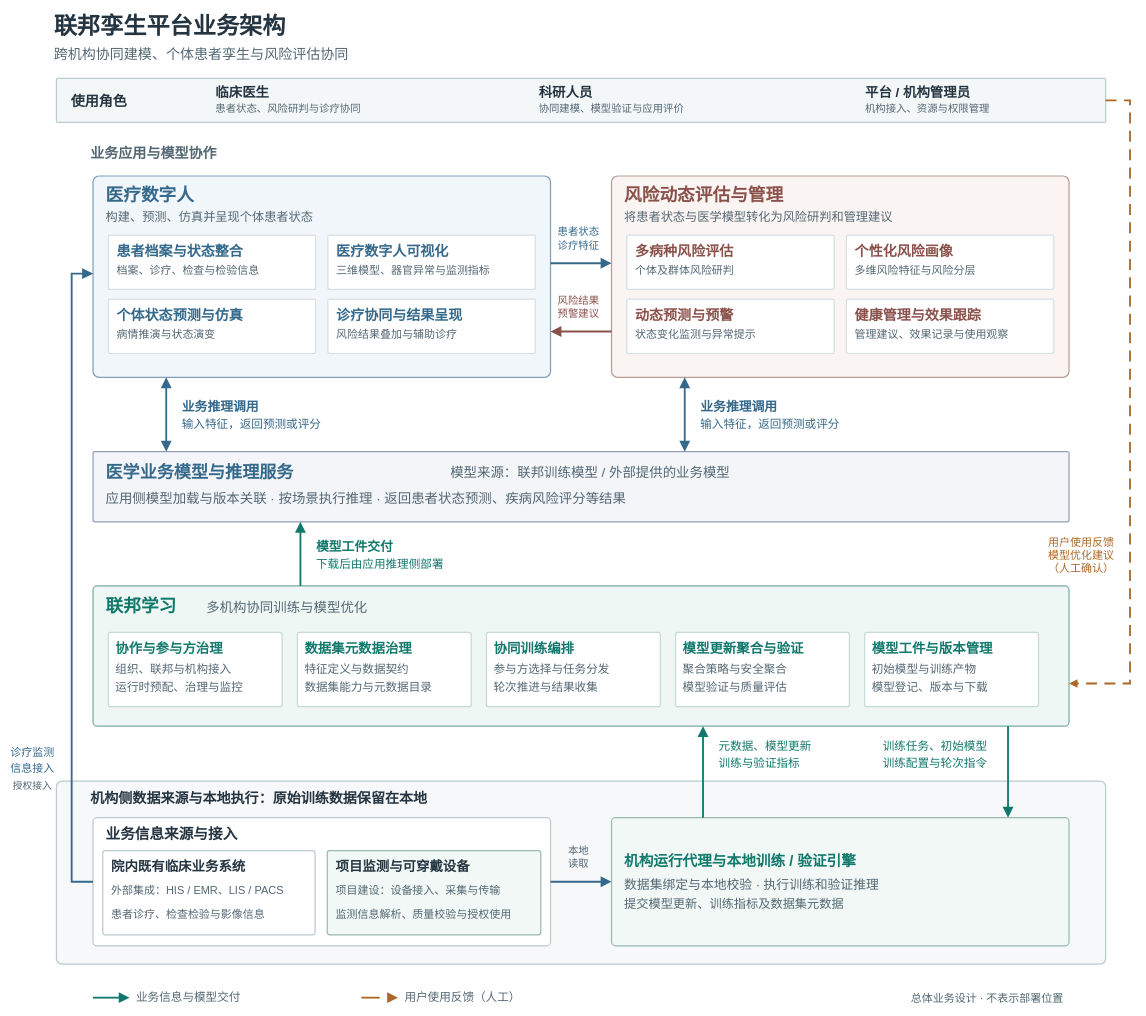
medol-labs/federation-learning keeps this draw.io diagram as docs/438c/merge/figures/federated-twin-business-architecture.drawio. Above is the earlier version. Source tidied: cells renumbered, new cells numbered last; positions are measured from the earlier drawing's top-left corner, leaving out a move shared by most shapes. Both pictures are drawn from the tidied source at 61%, with x=0, y=0 at pixel (54, 10).
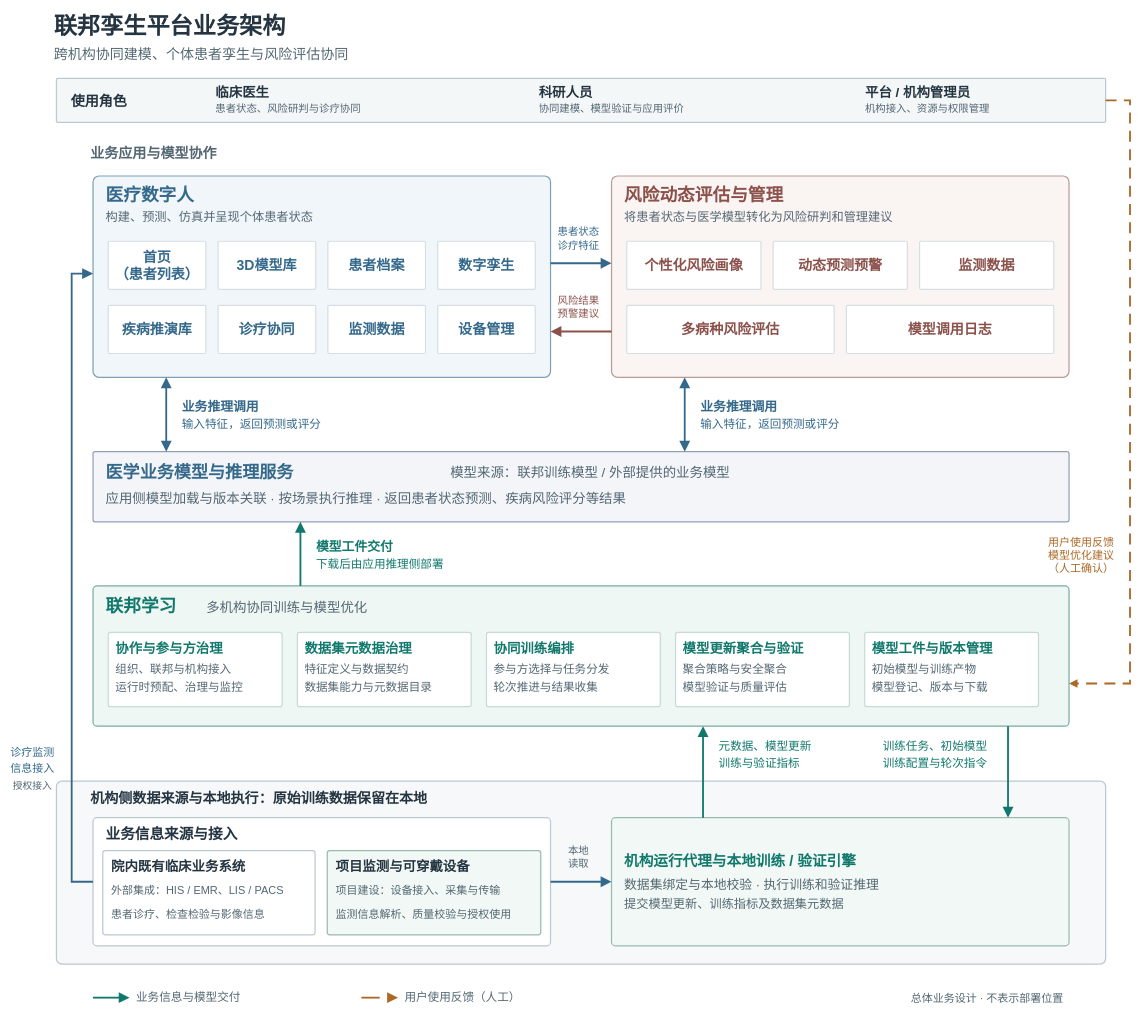
The same page after the edit.

Commit message (it also covers changes not shown here):
docs: update twin architecture functions and simplify topology notes

Unchanged cells that the change refers to:
```xml
<mxCell id="13" style="rounded=1;arcSize=3;whiteSpace=wrap;html=0;fillColor=#F1F6FA;strokeColor=#7E9FB7;strokeWidth=2;fontFamily=PingFang SC;fontColor=#243440;" parent="1" vertex="1">
  <mxGeometry x="64" y="271" width="750" height="330" as="geometry" />
</mxCell>
<mxCell id="28" style="rounded=1;arcSize=3;whiteSpace=wrap;html=0;fillColor=#FAF4F2;strokeColor=#B99B96;strokeWidth=2;fontFamily=PingFang SC;fontColor=#243440;" parent="1" vertex="1">
  <mxGeometry x="914" y="271" width="750" height="330" as="geometry" />
</mxCell>
```

Change to the diagram source:
```diff
@@
-    <mxCell id="16" style="rounded=1;arcSize=3;whiteSpace=wrap;html=0;fillColor=#ffffff;strokeColor=#D5DFE4;strokeWidth=2;fontFamily=PingFang SC;fontColor=#243440;" parent="13" vertex="1">
-      <mxGeometry x="25" y="97" width="340" height="89" as="geometry" />
-    </mxCell>
-    <mxCell id="17" value="患者档案与状态整合" style="text;html=0;whiteSpace=wrap;overflow=visible;align=left;verticalAlign=middle;fontFamily=PingFang SC;fontSize=23;fontColor=#35698B;fontStyle=1;strokeColor=none;fillColor=none;spacing=0;" parent="16" vertex="1">
-      <mxGeometry x="14" y="10.3" width="215" height="31.1" as="geometry" />
-    </mxCell>
-    <mxCell id="18" value="档案、诊疗、检查与检验信息" style="text;html=0;whiteSpace=wrap;overflow=visible;align=left;verticalAlign=middle;fontFamily=PingFang SC;fontSize=18;fontColor=#536773;fontStyle=0;strokeColor=none;fillColor=none;spacing=0;" parent="16" vertex="1">
-      <mxGeometry x="14" y="45.5" width="242" height="24.3" as="geometry" />
-    </mxCell>
-    <mxCell id="19" style="rounded=1;arcSize=3;whiteSpace=wrap;html=0;fillColor=#ffffff;strokeColor=#D5DFE4;strokeWidth=2;fontFamily=PingFang SC;fontColor=#243440;" parent="13" vertex="1">
-      <mxGeometry x="385" y="97" width="340" height="89" as="geometry" />
-    </mxCell>
-    <mxCell id="20" value="医疗数字人可视化" style="text;html=0;whiteSpace=wrap;overflow=visible;align=left;verticalAlign=middle;fontFamily=PingFang SC;fontSize=23;fontColor=#35698B;fontStyle=1;strokeColor=none;fillColor=none;spacing=0;" parent="19" vertex="1">
-      <mxGeometry x="14" y="10.3" width="192" height="31.1" as="geometry" />
-    </mxCell>
-    <mxCell id="21" value="三维模型、器官异常与监测指标" style="text;html=0;whiteSpace=wrap;overflow=visible;align=left;verticalAlign=middle;fontFamily=PingFang SC;fontSize=18;fontColor=#536773;fontStyle=0;strokeColor=none;fillColor=none;spacing=0;" parent="19" vertex="1">
-      <mxGeometry x="14" y="45.5" width="260" height="24.3" as="geometry" />
-    </mxCell>
-    <mxCell id="22" style="rounded=1;arcSize=3;whiteSpace=wrap;html=0;fillColor=#ffffff;strokeColor=#D5DFE4;strokeWidth=2;fontFamily=PingFang SC;fontColor=#243440;" parent="13" vertex="1">
-      <mxGeometry x="25" y="202" width="340" height="89" as="geometry" />
-    </mxCell>
-    <mxCell id="23" value="个体状态预测与仿真" style="text;html=0;whiteSpace=wrap;overflow=visible;align=left;verticalAlign=middle;fontFamily=PingFang SC;fontSize=23;fontColor=#35698B;fontStyle=1;strokeColor=none;fillColor=none;spacing=0;" parent="22" vertex="1">
-      <mxGeometry x="14" y="10.3" width="215" height="31.1" as="geometry" />
-    </mxCell>
-    <mxCell id="24" value="病情推演与状态演变" style="text;html=0;whiteSpace=wrap;overflow=visible;align=left;verticalAlign=middle;fontFamily=PingFang SC;fontSize=18;fontColor=#536773;fontStyle=0;strokeColor=none;fillColor=none;spacing=0;" parent="22" vertex="1">
-      <mxGeometry x="14" y="45.5" width="170" height="24.3" as="geometry" />
-    </mxCell>
-    <mxCell id="25" style="rounded=1;arcSize=3;whiteSpace=wrap;html=0;fillColor=#ffffff;strokeColor=#D5DFE4;strokeWidth=2;fontFamily=PingFang SC;fontColor=#243440;" parent="13" vertex="1">
-      <mxGeometry x="385" y="202" width="340" height="89" as="geometry" />
-    </mxCell>
-    <mxCell id="26" value="诊疗协同与结果呈现" style="text;html=0;whiteSpace=wrap;overflow=visible;align=left;verticalAlign=middle;fontFamily=PingFang SC;fontSize=23;fontColor=#35698B;fontStyle=1;strokeColor=none;fillColor=none;spacing=0;" parent="25" vertex="1">
-      <mxGeometry x="14" y="10.3" width="215" height="31.1" as="geometry" />
-    </mxCell>
-    <mxCell id="27" value="风险结果叠加与辅助诊疗" style="text;html=0;whiteSpace=wrap;overflow=visible;align=left;verticalAlign=middle;fontFamily=PingFang SC;fontSize=18;fontColor=#536773;fontStyle=0;strokeColor=none;fillColor=none;spacing=0;" parent="25" vertex="1">
-      <mxGeometry x="14" y="45.5" width="206" height="24.3" as="geometry" />
-    </mxCell>
@@
-    <mxCell id="31" style="rounded=1;arcSize=3;whiteSpace=wrap;html=0;fillColor=#ffffff;strokeColor=#D5DFE4;strokeWidth=2;fontFamily=PingFang SC;fontColor=#243440;" parent="28" vertex="1">
-      <mxGeometry x="25" y="97" width="340" height="89" as="geometry" />
-    </mxCell>
-    <mxCell id="32" value="多病种风险评估" style="text;html=0;whiteSpace=wrap;overflow=visible;align=left;verticalAlign=middle;fontFamily=PingFang SC;fontSize=23;fontColor=#8B514B;fontStyle=1;strokeColor=none;fillColor=none;spacing=0;" parent="31" vertex="1">
-      <mxGeometry x="14" y="10.3" width="169" height="31.1" as="geometry" />
-    </mxCell>
-    <mxCell id="33" value="个体及群体风险研判" style="text;html=0;whiteSpace=wrap;overflow=visible;align=left;verticalAlign=middle;fontFamily=PingFang SC;fontSize=18;fontColor=#536773;fontStyle=0;strokeColor=none;fillColor=none;spacing=0;" parent="31" vertex="1">
-      <mxGeometry x="14" y="45.5" width="170" height="24.3" as="geometry" />
-    </mxCell>
-    <mxCell id="34" style="rounded=1;arcSize=3;whiteSpace=wrap;html=0;fillColor=#ffffff;strokeColor=#D5DFE4;strokeWidth=2;fontFamily=PingFang SC;fontColor=#243440;" parent="28" vertex="1">
-      <mxGeometry x="385" y="97" width="340" height="89" as="geometry" />
-    </mxCell>
-    <mxCell id="35" value="个性化风险画像" style="text;html=0;whiteSpace=wrap;overflow=visible;align=left;verticalAlign=middle;fontFamily=PingFang SC;fontSize=23;fontColor=#8B514B;fontStyle=1;strokeColor=none;fillColor=none;spacing=0;" parent="34" vertex="1">
-      <mxGeometry x="14" y="10.3" width="169" height="31.1" as="geometry" />
-    </mxCell>
-    <mxCell id="36" value="多维风险特征与风险分层" style="text;html=0;whiteSpace=wrap;overflow=visible;align=left;verticalAlign=middle;fontFamily=PingFang SC;fontSize=18;fontColor=#536773;fontStyle=0;strokeColor=none;fillColor=none;spacing=0;" parent="34" vertex="1">
-      <mxGeometry x="14" y="45.5" width="206" height="24.3" as="geometry" />
-    </mxCell>
-    <mxCell id="37" style="rounded=1;arcSize=3;whiteSpace=wrap;html=0;fillColor=#ffffff;strokeColor=#D5DFE4;strokeWidth=2;fontFamily=PingFang SC;fontColor=#243440;" parent="28" vertex="1">
-      <mxGeometry x="25" y="202" width="340" height="89" as="geometry" />
-    </mxCell>
-    <mxCell id="38" value="动态预测与预警" style="text;html=0;whiteSpace=wrap;overflow=visible;align=left;verticalAlign=middle;fontFamily=PingFang SC;fontSize=23;fontColor=#8B514B;fontStyle=1;strokeColor=none;fillColor=none;spacing=0;" parent="37" vertex="1">
-      <mxGeometry x="14" y="10.3" width="169" height="31.1" as="geometry" />
-    </mxCell>
-    <mxCell id="39" value="状态变化监测与异常提示" style="text;html=0;whiteSpace=wrap;overflow=visible;align=left;verticalAlign=middle;fontFamily=PingFang SC;fontSize=18;fontColor=#536773;fontStyle=0;strokeColor=none;fillColor=none;spacing=0;" parent="37" vertex="1">
-      <mxGeometry x="14" y="45.5" width="206" height="24.3" as="geometry" />
-    </mxCell>
-    <mxCell id="40" style="rounded=1;arcSize=3;whiteSpace=wrap;html=0;fillColor=#ffffff;strokeColor=#D5DFE4;strokeWidth=2;fontFamily=PingFang SC;fontColor=#243440;" parent="28" vertex="1">
-      <mxGeometry x="385" y="202" width="340" height="89" as="geometry" />
-    </mxCell>
-    <mxCell id="41" value="健康管理与效果跟踪" style="text;html=0;whiteSpace=wrap;overflow=visible;align=left;verticalAlign=middle;fontFamily=PingFang SC;fontSize=23;fontColor=#8B514B;fontStyle=1;strokeColor=none;fillColor=none;spacing=0;" parent="40" vertex="1">
-      <mxGeometry x="14" y="10.3" width="215" height="31.1" as="geometry" />
-    </mxCell>
-    <mxCell id="42" value="管理建议、效果记录与使用观察" style="text;html=0;whiteSpace=wrap;overflow=visible;align=left;verticalAlign=middle;fontFamily=PingFang SC;fontSize=18;fontColor=#536773;fontStyle=0;strokeColor=none;fillColor=none;spacing=0;" parent="40" vertex="1">
-      <mxGeometry x="14" y="45.5" width="260" height="24.3" as="geometry" />
-    </mxCell>
@@
+    <mxCell id="121" value="首页&#10;（患者列表）" style="rounded=1;arcSize=3;whiteSpace=wrap;html=0;align=center;verticalAlign=middle;fillColor=#ffffff;strokeColor=#D5DFE4;strokeWidth=2;fontFamily=PingFang SC;fontSize=23;fontColor=#35698B;fontStyle=1;" parent="13" vertex="1">
+      <mxGeometry x="25" y="107" width="160" height="79" as="geometry" />
+    </mxCell>
+    <mxCell id="122" value="3D模型库" style="rounded=1;arcSize=3;whiteSpace=wrap;html=0;align=center;verticalAlign=middle;fillColor=#ffffff;strokeColor=#D5DFE4;strokeWidth=2;fontFamily=PingFang SC;fontSize=23;fontColor=#35698B;fontStyle=1;" parent="13" vertex="1">
+      <mxGeometry x="205" y="107" width="160" height="79" as="geometry" />
+    </mxCell>
+    <mxCell id="16" value="患者档案" style="rounded=1;arcSize=3;whiteSpace=wrap;html=0;align=center;verticalAlign=middle;fillColor=#ffffff;strokeColor=#D5DFE4;strokeWidth=2;fontFamily=PingFang SC;fontSize=23;fontColor=#35698B;fontStyle=1;" parent="13" vertex="1">
+      <mxGeometry x="385" y="107" width="160" height="79" as="geometry" />
+    </mxCell>
+    <mxCell id="19" value="数字孪生" style="rounded=1;arcSize=3;whiteSpace=wrap;html=0;align=center;verticalAlign=middle;fillColor=#ffffff;strokeColor=#D5DFE4;strokeWidth=2;fontFamily=PingFang SC;fontSize=23;fontColor=#35698B;fontStyle=1;" parent="13" vertex="1">
+      <mxGeometry x="565" y="107" width="160" height="79" as="geometry" />
+    </mxCell>
+    <mxCell id="22" value="疾病推演库" style="rounded=1;arcSize=3;whiteSpace=wrap;html=0;align=center;verticalAlign=middle;fillColor=#ffffff;strokeColor=#D5DFE4;strokeWidth=2;fontFamily=PingFang SC;fontSize=23;fontColor=#35698B;fontStyle=1;" parent="13" vertex="1">
+      <mxGeometry x="25" y="212" width="160" height="79" as="geometry" />
+    </mxCell>
+    <mxCell id="25" value="诊疗协同" style="rounded=1;arcSize=3;whiteSpace=wrap;html=0;align=center;verticalAlign=middle;fillColor=#ffffff;strokeColor=#D5DFE4;strokeWidth=2;fontFamily=PingFang SC;fontSize=23;fontColor=#35698B;fontStyle=1;" parent="13" vertex="1">
+      <mxGeometry x="205" y="212" width="160" height="79" as="geometry" />
+    </mxCell>
+    <mxCell id="123" value="监测数据" style="rounded=1;arcSize=3;whiteSpace=wrap;html=0;align=center;verticalAlign=middle;fillColor=#ffffff;strokeColor=#D5DFE4;strokeWidth=2;fontFamily=PingFang SC;fontSize=23;fontColor=#35698B;fontStyle=1;" parent="13" vertex="1">
+      <mxGeometry x="385" y="212" width="160" height="79" as="geometry" />
+    </mxCell>
+    <mxCell id="124" value="设备管理" style="rounded=1;arcSize=3;whiteSpace=wrap;html=0;align=center;verticalAlign=middle;fillColor=#ffffff;strokeColor=#D5DFE4;strokeWidth=2;fontFamily=PingFang SC;fontSize=23;fontColor=#35698B;fontStyle=1;" parent="13" vertex="1">
+      <mxGeometry x="565" y="212" width="160" height="79" as="geometry" />
+    </mxCell>
+    <mxCell id="34" value="个性化风险画像" style="rounded=1;arcSize=3;whiteSpace=wrap;html=0;align=center;verticalAlign=middle;fillColor=#ffffff;strokeColor=#D5DFE4;strokeWidth=2;fontFamily=PingFang SC;fontSize=23;fontColor=#8B514B;fontStyle=1;" parent="28" vertex="1">
+      <mxGeometry x="25" y="107" width="220" height="79" as="geometry" />
+    </mxCell>
+    <mxCell id="37" value="动态预测预警" style="rounded=1;arcSize=3;whiteSpace=wrap;html=0;align=center;verticalAlign=middle;fillColor=#ffffff;strokeColor=#D5DFE4;strokeWidth=2;fontFamily=PingFang SC;fontSize=23;fontColor=#8B514B;fontStyle=1;" parent="28" vertex="1">
+      <mxGeometry x="265" y="107" width="220" height="79" as="geometry" />
+    </mxCell>
+    <mxCell id="125" value="监测数据" style="rounded=1;arcSize=3;whiteSpace=wrap;html=0;align=center;verticalAlign=middle;fillColor=#ffffff;strokeColor=#D5DFE4;strokeWidth=2;fontFamily=PingFang SC;fontSize=23;fontColor=#8B514B;fontStyle=1;" parent="28" vertex="1">
+      <mxGeometry x="505" y="107" width="220" height="79" as="geometry" />
+    </mxCell>
+    <mxCell id="31" value="多病种风险评估" style="rounded=1;arcSize=3;whiteSpace=wrap;html=0;align=center;verticalAlign=middle;fillColor=#ffffff;strokeColor=#D5DFE4;strokeWidth=2;fontFamily=PingFang SC;fontSize=23;fontColor=#8B514B;fontStyle=1;" parent="28" vertex="1">
+      <mxGeometry x="25" y="212" width="340" height="79" as="geometry" />
+    </mxCell>
+    <mxCell id="126" value="模型调用日志" style="rounded=1;arcSize=3;whiteSpace=wrap;html=0;align=center;verticalAlign=middle;fillColor=#ffffff;strokeColor=#D5DFE4;strokeWidth=2;fontFamily=PingFang SC;fontSize=23;fontColor=#8B514B;fontStyle=1;" parent="28" vertex="1">
+      <mxGeometry x="385" y="212" width="340" height="79" as="geometry" />
+    </mxCell>
```
